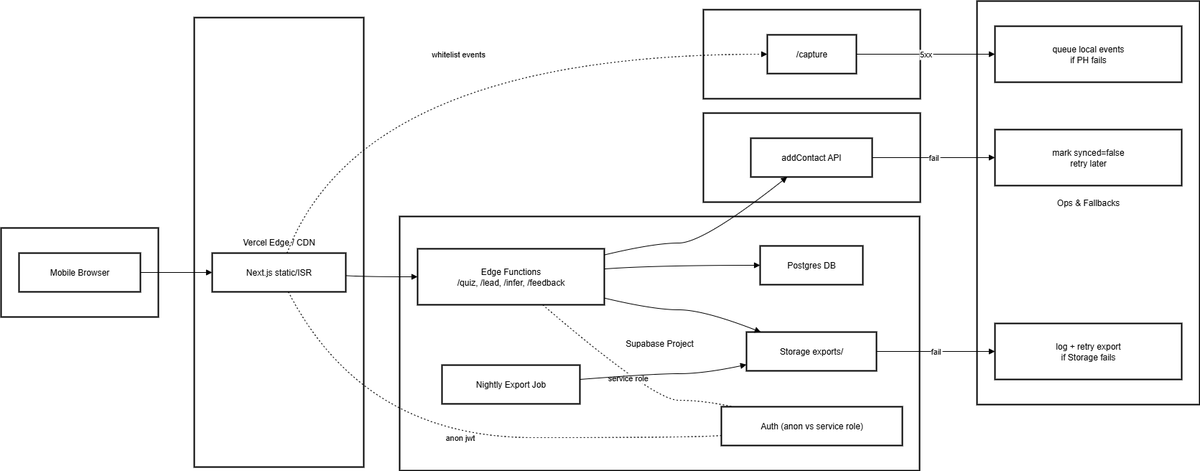
This is content/app-web/architecture/pre-mvp/05-ops-and-observability/deployment-view.png from alexandrafofel/brightfutureahead, a draw.io export, as it was before one commit. Source tidied: cells renumbered, new cells last; positions are measured from the earlier drawing's top-left corner, leaving out a move shared by most shapes.
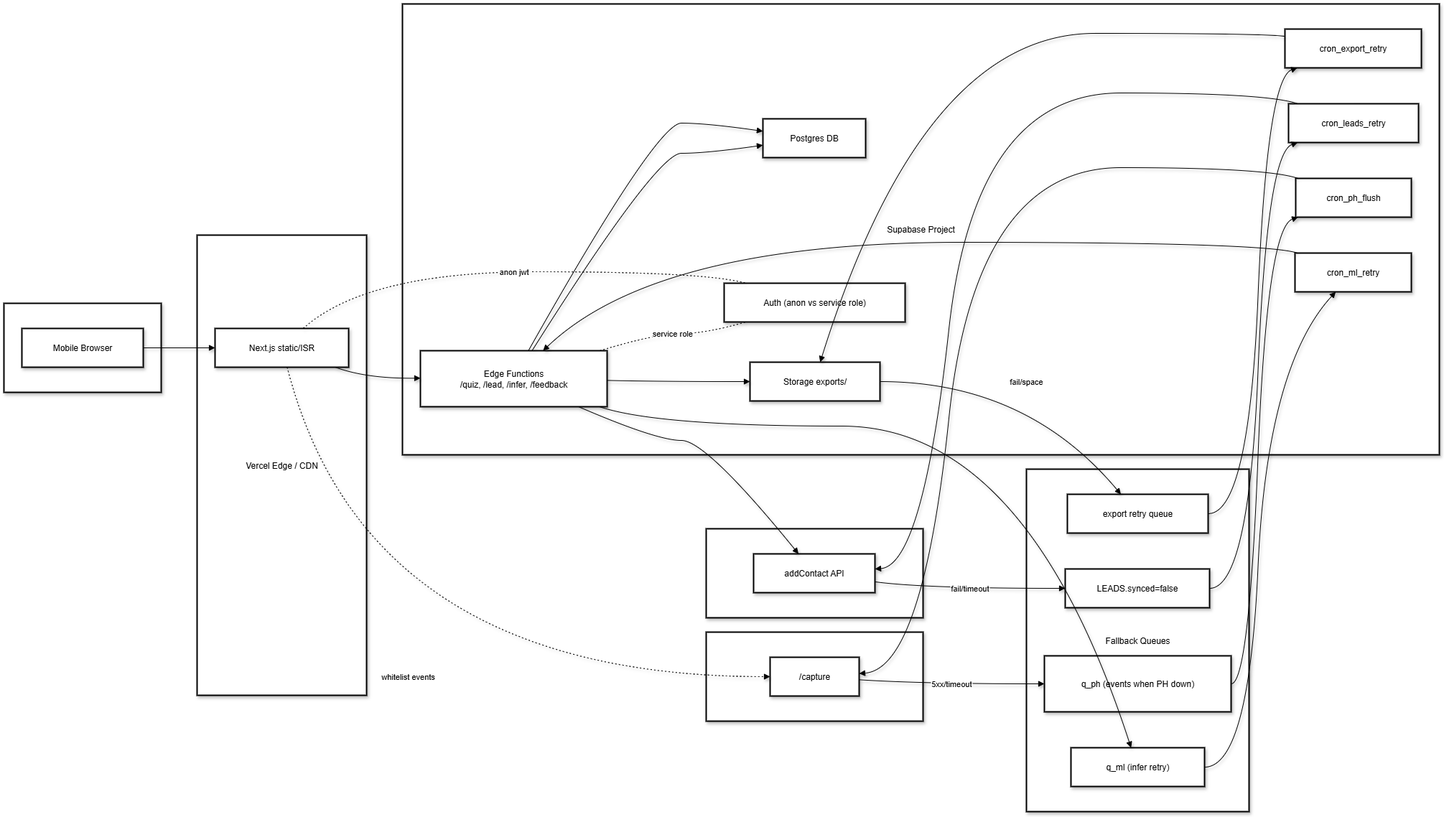
After the commit.

Change to the diagram source:
```diff
@@ -2,132 +2,230 @@
   <root>
     <mxCell id="0" />
     <mxCell id="1" parent="0" />
-    <mxCell id="2" value="Ops &amp; Fallbacks" style="whiteSpace=wrap;strokeWidth=2;" parent="1" vertex="1">
-      <mxGeometry x="1359" width="310" height="562" as="geometry" />
-    </mxCell>
+    <mxCell id="32" value="Fallback Queues" style="whiteSpace=wrap;strokeWidth=2;shadow=1;" parent="1" vertex="1">
+      <mxGeometry x="1424" y="598" width="310" height="477" as="geometry" />
+    </mxCell>
-    <mxCell id="3" value="Email Provider" style="whiteSpace=wrap;strokeWidth=2;" parent="1" vertex="1">
-      <mxGeometry x="978" y="156" width="302" height="124" as="geometry" />
+    <mxCell id="3" value="Email Provider" style="whiteSpace=wrap;strokeWidth=2;shadow=1;" parent="1" vertex="1">
+      <mxGeometry x="978" y="681" width="302" height="124" as="geometry" />
     </mxCell>
-    <mxCell id="4" value="PostHog Cloud" style="whiteSpace=wrap;strokeWidth=2;" parent="1" vertex="1">
-      <mxGeometry x="978" y="12" width="302" height="124" as="geometry" />
+    <mxCell id="4" value="PostHog Cloud" style="whiteSpace=wrap;strokeWidth=2;shadow=1;" parent="1" vertex="1">
+      <mxGeometry x="978" y="825" width="302" height="124" as="geometry" />
     </mxCell>
-    <mxCell id="5" value="Supabase Project" style="whiteSpace=wrap;strokeWidth=2;" parent="1" vertex="1">
-      <mxGeometry x="555" y="300" width="724" height="354" as="geometry" />
+    <mxCell id="5" value="Supabase Project" style="whiteSpace=wrap;strokeWidth=2;shadow=1;" parent="1" vertex="1">
+      <mxGeometry x="555" y="-50" width="1444" height="628" as="geometry" />
     </mxCell>
-    <mxCell id="6" value="Vercel Edge / CDN" style="whiteSpace=wrap;strokeWidth=2;" parent="1" vertex="1">
-      <mxGeometry x="269" y="23" width="236" height="626" as="geometry" />
+    <mxCell id="6" value="Vercel Edge / CDN" style="whiteSpace=wrap;strokeWidth=2;shadow=1;" parent="1" vertex="1">
+      <mxGeometry x="269" y="272" width="236" height="641" as="geometry" />
     </mxCell>
-    <mxCell id="7" value="User Device" style="whiteSpace=wrap;strokeWidth=2;" parent="1" vertex="1">
-      <mxGeometry y="316" width="219" height="124" as="geometry" />
+    <mxCell id="7" value="User Device" style="whiteSpace=wrap;strokeWidth=2;shadow=1;" parent="1" vertex="1">
+      <mxGeometry y="367" width="219" height="124" as="geometry" />
     </mxCell>
-    <mxCell id="8" value="Mobile Browser" style="whiteSpace=wrap;strokeWidth=2;" parent="1" vertex="1">
-      <mxGeometry x="25" y="351" width="169" height="54" as="geometry" />
+    <mxCell id="8" value="Mobile Browser" style="whiteSpace=wrap;strokeWidth=2;shadow=1;" parent="1" vertex="1">
+      <mxGeometry x="25" y="402" width="169" height="54" as="geometry" />
     </mxCell>
-    <mxCell id="9" value="Next.js static/ISR" style="whiteSpace=wrap;strokeWidth=2;" parent="1" vertex="1">
-      <mxGeometry x="294" y="351" width="186" height="54" as="geometry" />
+    <mxCell id="9" value="Next.js static/ISR" style="whiteSpace=wrap;strokeWidth=2;shadow=1;" parent="1" vertex="1">
+      <mxGeometry x="294" y="402" width="186" height="54" as="geometry" />
     </mxCell>
-    <mxCell id="10" value="Edge Functions&#10;/quiz, /lead, /infer, /feedback" style="whiteSpace=wrap;strokeWidth=2;" parent="1" vertex="1">
-      <mxGeometry x="580" y="345" width="260" height="78" as="geometry" />
+    <mxCell id="10" value="Edge Functions&#10;/quiz, /lead, /infer, /feedback" style="whiteSpace=wrap;strokeWidth=2;shadow=1;" parent="1" vertex="1">
+      <mxGeometry x="580" y="433" width="260" height="78" as="geometry" />
     </mxCell>
-    <mxCell id="11" value="Postgres DB" style="whiteSpace=wrap;strokeWidth=2;" parent="1" vertex="1">
-      <mxGeometry x="1057" y="341" width="143" height="54" as="geometry" />
+    <mxCell id="11" value="Postgres DB" style="whiteSpace=wrap;strokeWidth=2;shadow=1;" parent="1" vertex="1">
+      <mxGeometry x="1057" y="110" width="143" height="54" as="geometry" />
     </mxCell>
-    <mxCell id="12" value="Storage exports/" style="whiteSpace=wrap;strokeWidth=2;" parent="1" vertex="1">
-      <mxGeometry x="1038" y="461" width="181" height="54" as="geometry" />
+    <mxCell id="12" value="Storage exports/" style="whiteSpace=wrap;strokeWidth=2;shadow=1;" parent="1" vertex="1">
+      <mxGeometry x="1039" y="449" width="181" height="54" as="geometry" />
     </mxCell>
-    <mxCell id="13" value="Auth (anon vs service role)" style="whiteSpace=wrap;strokeWidth=2;" parent="1" vertex="1">
-      <mxGeometry x="1003" y="565" width="252" height="54" as="geometry" />
+    <mxCell id="13" value="Auth (anon vs service role)" style="whiteSpace=wrap;strokeWidth=2;shadow=1;" parent="1" vertex="1">
+      <mxGeometry x="1003" y="339" width="252" height="54" as="geometry" />
     </mxCell>
-    <mxCell id="14" value="Nightly Export Job" style="whiteSpace=wrap;strokeWidth=2;" parent="1" vertex="1">
-      <mxGeometry x="614" y="507" width="192" height="54" as="geometry" />
-    </mxCell>
+    <mxCell id="33" value="cron_export_retry" style="whiteSpace=wrap;strokeWidth=2;shadow=1;" parent="1" vertex="1">
+      <mxGeometry x="1784" y="-15" width="190" height="54" as="geometry" />
+    </mxCell>
+    <mxCell id="34" value="cron_leads_retry" style="whiteSpace=wrap;strokeWidth=2;shadow=1;" parent="1" vertex="1">
+      <mxGeometry x="1789" y="89" width="181" height="54" as="geometry" />
+    </mxCell>
+    <mxCell id="35" value="cron_ph_flush" style="whiteSpace=wrap;strokeWidth=2;shadow=1;" parent="1" vertex="1">
+      <mxGeometry x="1799" y="193" width="161" height="54" as="geometry" />
+    </mxCell>
+    <mxCell id="36" value="cron_ml_retry" style="whiteSpace=wrap;strokeWidth=2;shadow=1;" parent="1" vertex="1">
+      <mxGeometry x="1798" y="297" width="162" height="54" as="geometry" />
+    </mxCell>
-    <mxCell id="15" value="/capture" style="whiteSpace=wrap;strokeWidth=2;" parent="1" vertex="1">
-      <mxGeometry x="1067" y="47" width="124" height="54" as="geometry" />
+    <mxCell id="15" value="/capture" style="whiteSpace=wrap;strokeWidth=2;shadow=1;" parent="1" vertex="1">
+      <mxGeometry x="1067" y="860" width="124" height="54" as="geometry" />
     </mxCell>
-    <mxCell id="16" value="addContact API" style="whiteSpace=wrap;strokeWidth=2;" parent="1" vertex="1">
-      <mxGeometry x="1044" y="191" width="169" height="54" as="geometry" />
+    <mxCell id="16" value="addContact API" style="whiteSpace=wrap;strokeWidth=2;shadow=1;" parent="1" vertex="1">
+      <mxGeometry x="1044" y="716" width="169" height="54" as="geometry" />
     </mxCell>
-    <mxCell id="17" value="queue local events&#10;if PH fails" style="whiteSpace=wrap;strokeWidth=2;" parent="1" vertex="1">
-      <mxGeometry x="1384" y="35" width="260" height="78" as="geometry" />
-    </mxCell>
-    <mxCell id="18" value="mark synced=false&#10;retry later" style="whiteSpace=wrap;strokeWidth=2;" parent="1" vertex="1">
-      <mxGeometry x="1384" y="179" width="260" height="78" as="geometry" />
-    </mxCell>
-    <mxCell id="19" value="log + retry export&#10;if Storage fails" style="whiteSpace=wrap;strokeWidth=2;" parent="1" vertex="1">
-      <mxGeometry x="1384" y="449" width="260" height="78" as="geometry" />
-    </mxCell>
+    <mxCell id="37" value="q_ph (events when PH down)" style="whiteSpace=wrap;strokeWidth=2;shadow=1;" parent="1" vertex="1">
+      <mxGeometry x="1449" y="858" width="260" height="78" as="geometry" />
+    </mxCell>
+    <mxCell id="38" value="LEADS.synced=false" style="whiteSpace=wrap;strokeWidth=2;shadow=1;" parent="1" vertex="1">
+      <mxGeometry x="1478" y="737" width="201" height="54" as="geometry" />
+    </mxCell>
+    <mxCell id="39" value="export retry queue" style="whiteSpace=wrap;strokeWidth=2;shadow=1;" parent="1" vertex="1">
+      <mxGeometry x="1481" y="633" width="196" height="54" as="geometry" />
+    </mxCell>
+    <mxCell id="40" value="q_ml (infer retry)" style="whiteSpace=wrap;strokeWidth=2;shadow=1;" parent="1" vertex="1">
+      <mxGeometry x="1486" y="986" width="186" height="54" as="geometry" />
+    </mxCell>
-    <mxCell id="20" style="curved=1;startArrow=none;endArrow=block;exitX=1;exitY=0.5;entryX=0;entryY=0.5;rounded=0;" parent="1" edge="1" source="8" target="9">
+    <mxCell id="20" style="curved=1;startArrow=none;endArrow=block;exitX=1;exitY=0.5;entryX=0;entryY=0.5;rounded=0;shadow=1;" parent="1" edge="1" source="8" target="9">
       <mxGeometry relative="1" as="geometry" />
     </mxCell>
-    <mxCell id="21" style="curved=1;startArrow=none;endArrow=block;exitX=1;exitY=0.58;entryX=0;entryY=0.5;rounded=0;" parent="1" edge="1" source="9" target="10">
+    <mxCell id="21" style="curved=1;startArrow=none;endArrow=block;exitX=0.9;exitY=1;entryX=0;entryY=0.49;rounded=0;shadow=1;" parent="1" edge="1" source="9" target="10">
       <mxGeometry relative="1" as="geometry">
         <Array as="points">
-          <mxPoint x="505" y="384" />
+          <mxPoint x="505" y="472" />
         </Array>
       </mxGeometry>
     </mxCell>
-    <mxCell id="22" style="curved=1;startArrow=none;endArrow=block;exitX=1;exitY=0.36;entryX=0;entryY=0.5;rounded=0;" parent="1" edge="1" source="10" target="11">
-      <mxGeometry relative="1" as="geometry">
-        <Array as="points">
-          <mxPoint x="909" y="368" />
-        </Array>
-      </mxGeometry>
-    </mxCell>
+    <mxCell id="41" style="curved=1;startArrow=none;endArrow=block;exitX=0.6;exitY=-0.01;entryX=0;entryY=0.68;rounded=0;shadow=1;" parent="1" edge="1" source="10" target="11">
+      <mxGeometry relative="1" as="geometry">
+        <Array as="points">
+          <mxPoint x="909" y="158" />
+          <mxPoint x="978" y="158" />
+        </Array>
+      </mxGeometry>
+    </mxCell>
-    <mxCell id="23" value="service role" style="curved=1;dashed=1;dashPattern=2 3;startArrow=none;endArrow=none;exitX=0.67;exitY=1;entryX=0.06;entryY=0;rounded=0;" parent="1" edge="1" source="10" target="13">
+    <mxCell id="23" value="service role" style="curved=1;dashed=1;dashPattern=2 3;startArrow=none;endArrow=none;exitX=0.97;exitY=-0.01;entryX=0.12;entryY=1;rounded=0;shadow=1;" parent="1" edge="1" source="10" target="13">
       <mxGeometry relative="1" as="geometry">
         <Array as="points">
-          <mxPoint x="909" y="556" />
-          <mxPoint x="978" y="556" />
+          <mxPoint x="909" y="409" />
+          <mxPoint x="978" y="409" />
         </Array>
       </mxGeometry>
     </mxCell>
-    <mxCell id="24" value="anon jwt" style="curved=1;dashed=1;dashPattern=2 3;startArrow=none;endArrow=none;exitX=0.57;exitY=1;entryX=0;entryY=0.74;rounded=0;" parent="1" edge="1" source="9" target="13">
+    <mxCell id="24" value="anon jwt" style="curved=1;dashed=1;dashPattern=2 3;startArrow=none;endArrow=none;exitX=0.66;exitY=0;entryX=0.12;entryY=0;rounded=0;shadow=1;" parent="1" edge="1" source="9" target="13">
       <mxGeometry relative="1" as="geometry">
         <Array as="points">
-          <mxPoint x="505" y="608" />
-          <mxPoint x="978" y="608" />
+          <mxPoint x="505" y="323" />
+          <mxPoint x="978" y="323" />
         </Array>
       </mxGeometry>
     </mxCell>
-    <mxCell id="25" value="whitelist events" style="curved=1;dashed=1;dashPattern=2 3;startArrow=none;endArrow=block;exitX=0.56;exitY=0;entryX=0;entryY=0.5;rounded=0;" parent="1" edge="1" source="9" target="15">
+    <mxCell id="25" value="whitelist events" style="curved=1;dashed=1;dashPattern=2 3;startArrow=none;endArrow=block;exitX=0.54;exitY=1;entryX=0;entryY=0.5;rounded=0;shadow=1;" parent="1" edge="1" source="9" target="15">
       <mxGeometry relative="1" as="geometry">
         <Array as="points">
-          <mxPoint x="505" y="74" />
+          <mxPoint x="505" y="887" />
         </Array>
       </mxGeometry>
     </mxCell>
-    <mxCell id="26" value="5xx" style="curved=1;startArrow=none;endArrow=block;exitX=1;exitY=0.5;entryX=0;entryY=0.5;rounded=0;" parent="1" edge="1" source="15" target="17">
-      <mxGeometry relative="1" as="geometry" />
-    </mxCell>
+    <mxCell id="42" value="5xx/timeout" style="curved=1;startArrow=none;endArrow=block;exitX=1;exitY=0.58;entryX=0;entryY=0.5;rounded=0;shadow=1;" parent="1" edge="1" source="15" target="37">
+      <mxGeometry relative="1" as="geometry">
+        <Array as="points">
+          <mxPoint x="1280" y="897" />
+        </Array>
+      </mxGeometry>
+    </mxCell>
+    <mxCell id="43" style="curved=1;startArrow=none;endArrow=block;exitX=1;exitY=0.5;entryX=0.02;entryY=1;rounded=0;shadow=1;" parent="1" edge="1" source="37" target="35">
+      <mxGeometry relative="1" as="geometry">
+        <Array as="points">
+          <mxPoint x="1734" y="897" />
+          <mxPoint x="1759" y="262" />
+        </Array>
+      </mxGeometry>
+    </mxCell>
+    <mxCell id="44" style="curved=1;startArrow=none;endArrow=block;exitX=0.02;exitY=0;entryX=1;entryY=0.42;rounded=0;shadow=1;" parent="1" edge="1" source="35" target="15">
+      <mxGeometry relative="1" as="geometry">
+        <Array as="points">
+          <mxPoint x="1759" y="178" />
+          <mxPoint x="1352" y="178" />
+          <mxPoint x="1280" y="876" />
+        </Array>
+      </mxGeometry>
+    </mxCell>
-    <mxCell id="27" style="curved=1;startArrow=none;endArrow=block;exitX=1;exitY=0.11;entryX=0.3;entryY=1;rounded=0;" parent="1" edge="1" source="10" target="16">
+    <mxCell id="27" style="curved=1;startArrow=none;endArrow=block;exitX=0.84;exitY=0.99;entryX=0.37;entryY=0;rounded=0;shadow=1;" parent="1" edge="1" source="10" target="16">
       <mxGeometry relative="1" as="geometry">
         <Array as="points">
-          <mxPoint x="909" y="337" />
-          <mxPoint x="978" y="337" />
+          <mxPoint x="909" y="558" />
+          <mxPoint x="978" y="558" />
         </Array>
       </mxGeometry>
     </mxCell>
-    <mxCell id="28" value="fail" style="curved=1;startArrow=none;endArrow=block;exitX=1;exitY=0.5;entryX=0;entryY=0.5;rounded=0;" parent="1" edge="1" source="16" target="18">
-      <mxGeometry relative="1" as="geometry" />
-    </mxCell>
+    <mxCell id="45" value="fail/timeout" style="curved=1;startArrow=none;endArrow=block;exitX=1;exitY=0.72;entryX=0;entryY=0.5;rounded=0;shadow=1;" parent="1" edge="1" source="16" target="38">
+      <mxGeometry relative="1" as="geometry">
+        <Array as="points">
+          <mxPoint x="1280" y="764" />
+        </Array>
+      </mxGeometry>
+    </mxCell>
+    <mxCell id="46" style="curved=1;startArrow=none;endArrow=block;exitX=1;exitY=0.5;entryX=0.07;entryY=1;rounded=0;shadow=1;" parent="1" edge="1" source="38" target="34">
+      <mxGeometry relative="1" as="geometry">
+        <Array as="points">
+          <mxPoint x="1734" y="764" />
+          <mxPoint x="1759" y="158" />
+        </Array>
+      </mxGeometry>
+    </mxCell>
+    <mxCell id="47" style="curved=1;startArrow=none;endArrow=block;exitX=0.07;exitY=0;entryX=1;entryY=0.39;rounded=0;shadow=1;" parent="1" edge="1" source="34" target="16">
+      <mxGeometry relative="1" as="geometry">
+        <Array as="points">
+          <mxPoint x="1759" y="74" />
+          <mxPoint x="1352" y="74" />
+          <mxPoint x="1280" y="732" />
+        </Array>
+      </mxGeometry>
+    </mxCell>
-    <mxCell id="29" style="curved=1;startArrow=none;endArrow=block;exitX=1;exitY=0.88;entryX=0.11;entryY=0;rounded=0;" parent="1" edge="1" source="10" target="12">
+    <mxCell id="29" style="curved=1;startArrow=none;endArrow=block;exitX=1;exitY=0.53;entryX=0;entryY=0.5;rounded=0;shadow=1;" parent="1" edge="1" source="10" target="12">
       <mxGeometry relative="1" as="geometry">
         <Array as="points">
-          <mxPoint x="909" y="430" />
-          <mxPoint x="978" y="430" />
+          <mxPoint x="909" y="476" />
         </Array>
       </mxGeometry>
     </mxCell>
-    <mxCell id="30" style="curved=1;startArrow=none;endArrow=block;exitX=1;exitY=0.37;entryX=0;entryY=0.84;rounded=0;" parent="1" edge="1" source="14" target="12">
-      <mxGeometry relative="1" as="geometry">
-        <Array as="points">
-          <mxPoint x="909" y="519" />
-          <mxPoint x="978" y="519" />
-        </Array>
-      </mxGeometry>
-    </mxCell>
-    <mxCell id="31" value="fail" style="curved=1;startArrow=none;endArrow=block;exitX=1;exitY=0.5;entryX=0;entryY=0.5;rounded=0;" parent="1" edge="1" source="12" target="19">
-      <mxGeometry relative="1" as="geometry" />
-    </mxCell>
+    <mxCell id="48" value="fail/space" style="curved=1;startArrow=none;endArrow=block;exitX=0.99;exitY=0.5;entryX=0.38;entryY=0;rounded=0;shadow=1;" parent="1" edge="1" source="12" target="39">
+      <mxGeometry relative="1" as="geometry">
+        <Array as="points">
+          <mxPoint x="1424" y="476" />
+        </Array>
+      </mxGeometry>
+    </mxCell>
+    <mxCell id="49" style="curved=1;startArrow=none;endArrow=block;exitX=1;exitY=0.5;entryX=0.09;entryY=1;rounded=0;shadow=1;" parent="1" edge="1" source="39" target="33">
+      <mxGeometry relative="1" as="geometry">
+        <Array as="points">
+          <mxPoint x="1734" y="660" />
+          <mxPoint x="1759" y="54" />
+        </Array>
+      </mxGeometry>
+    </mxCell>
+    <mxCell id="50" style="curved=1;startArrow=none;endArrow=block;exitX=0;exitY=0.19;entryX=0.54;entryY=0;rounded=0;shadow=1;" parent="1" edge="1" source="33" target="12">
+      <mxGeometry relative="1" as="geometry">
+        <Array as="points">
+          <mxPoint x="1759" y="-9" />
+          <mxPoint x="1280" y="-9" />
+        </Array>
+      </mxGeometry>
+    </mxCell>
+    <mxCell id="51" style="curved=1;startArrow=none;endArrow=block;exitX=0.95;exitY=0.99;entryX=0.45;entryY=0;rounded=0;shadow=1;" parent="1" edge="1" source="10" target="40">
+      <mxGeometry relative="1" as="geometry">
+        <Array as="points">
+          <mxPoint x="909" y="538" />
+          <mxPoint x="1424" y="538" />
+        </Array>
+      </mxGeometry>
+    </mxCell>
+    <mxCell id="52" style="curved=1;startArrow=none;endArrow=block;exitX=1;exitY=0.5;entryX=0.35;entryY=1;rounded=0;shadow=1;" parent="1" edge="1" source="40" target="36">
+      <mxGeometry relative="1" as="geometry">
+        <Array as="points">
+          <mxPoint x="1734" y="1013" />
+          <mxPoint x="1759" y="455" />
+        </Array>
+      </mxGeometry>
+    </mxCell>
+    <mxCell id="53" style="curved=1;startArrow=none;endArrow=block;exitX=0.02;exitY=0;entryX=0.66;entryY=-0.01;rounded=0;shadow=1;" parent="1" edge="1" source="36" target="10">
+      <mxGeometry relative="1" as="geometry">
+        <Array as="points">
+          <mxPoint x="1759" y="282" />
+          <mxPoint x="909" y="282" />
+        </Array>
+      </mxGeometry>
+    </mxCell>
+    <mxCell id="54" style="curved=1;startArrow=none;endArrow=block;exitX=0.58;exitY=-0.01;entryX=0;entryY=0.32;rounded=0;shadow=1;" parent="1" edge="1" source="10" target="11">
+      <mxGeometry relative="1" as="geometry">
+        <Array as="points">
+          <mxPoint x="909" y="116" />
+          <mxPoint x="978" y="116" />
+        </Array>
+      </mxGeometry>
+    </mxCell>
   </root>
 </mxGraphModel>
```
